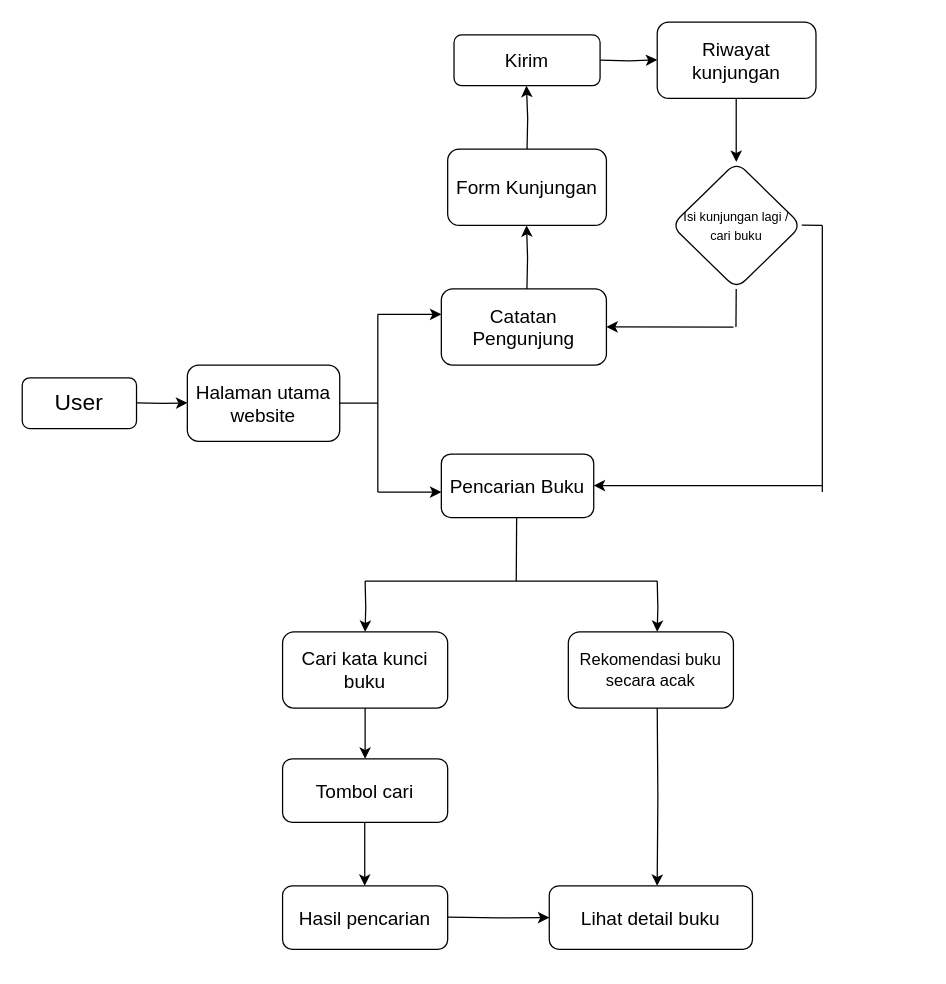
fridaasmara/AlurDiagram_PerpusDigital keeps this draw.io diagram as AlurDiagram.drawio. Above is the earlier version. Source tidied: cells renumbered, new cells numbered last; positions are measured from the earlier drawing's top-left corner, leaving out a move shared by most shapes. Both pictures are drawn from the tidied source at 127%, with x=0, y=0 at pixel (22, 22).
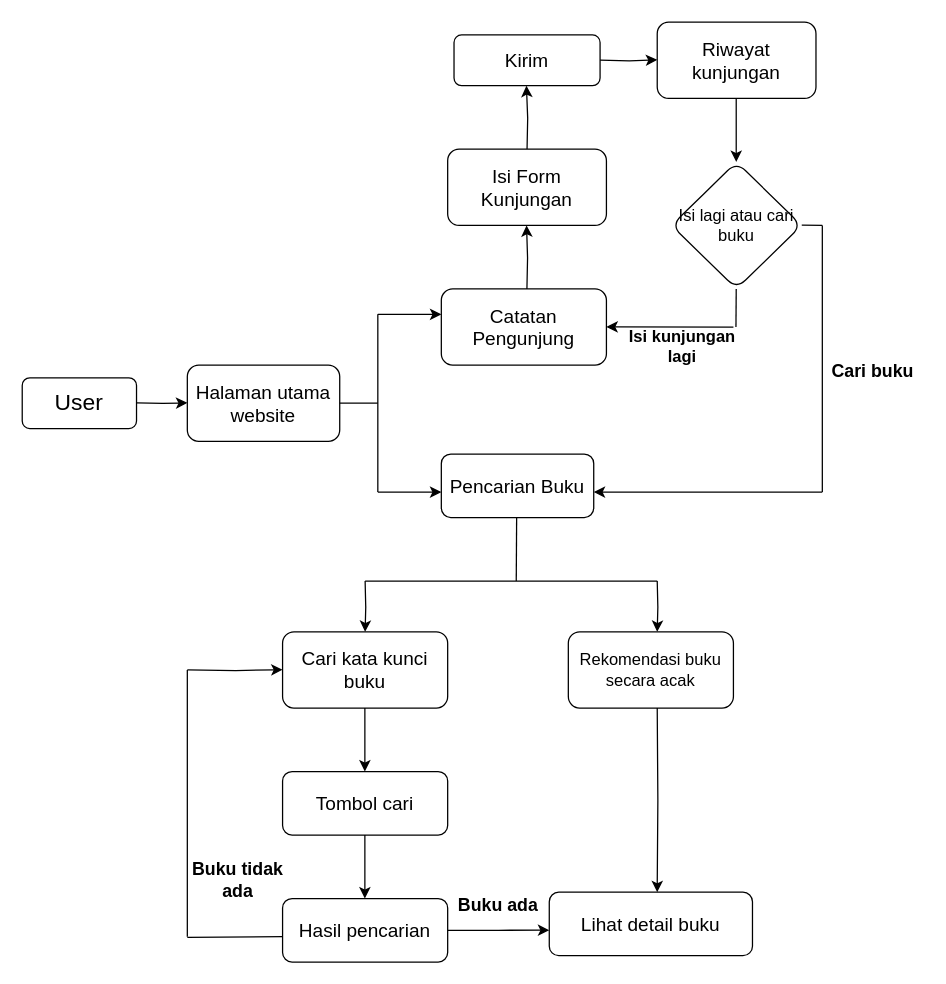
Above is the later version.

The change refers to these unchanged cells:
```xml
<mxCell id="25" value="&lt;span style=&quot;font-size: 15px;&quot;&gt;Cari kata kunci buku&lt;/span&gt;" style="rounded=1;whiteSpace=wrap;html=1;" parent="1" vertex="1">
  <mxGeometry x="205" y="480" width="130" height="60" as="geometry" />
</mxCell>
```

What changed in the source:
```diff
@@
-    <mxCell id="13" value="&lt;span style=&quot;font-size: 15px;&quot;&gt;Form Kunjungan&lt;/span&gt;" style="rounded=1;whiteSpace=wrap;html=1;" parent="1" vertex="1">
+    <mxCell id="13" value="&lt;span style=&quot;font-size: 15px;&quot;&gt;Isi Form Kunjungan&lt;/span&gt;" style="rounded=1;whiteSpace=wrap;html=1;" parent="1" vertex="1">
       <mxGeometry x="335" y="100" width="125" height="60" as="geometry" />
     </mxCell>
@@
-    <mxCell id="17" value="&lt;font style=&quot;font-size: 10px;&quot;&gt;Isi kunjungan lagi / cari buku&lt;/font&gt;" style="rhombus;whiteSpace=wrap;html=1;rounded=1;" parent="1" vertex="1">
+    <mxCell id="17" value="&lt;font style=&quot;font-size: 13px;&quot;&gt;Isi lagi atau cari buku&lt;/font&gt;" style="rhombus;whiteSpace=wrap;html=1;rounded=1;" parent="1" vertex="1">
       <mxGeometry x="511.2" y="110" width="102.5" height="100" as="geometry" />
     </mxCell>
@@
     <mxCell id="21" style="endArrow=classic;html=1;rounded=0;entryX=1;entryY=0.5;entryDx=0;entryDy=0;" parent="1" edge="1">
       <mxGeometry relative="1" as="geometry">
-        <mxPoint x="630" y="364.8" as="sourcePoint" />
-        <mxPoint x="450" y="364.8" as="targetPoint" />
+        <mxPoint x="630" y="370" as="sourcePoint" />
+        <mxPoint x="450" y="370" as="targetPoint" />
       </mxGeometry>
     </mxCell>
@@
-    <mxCell id="24" style="edgeStyle=orthogonalEdgeStyle;rounded=0;jettySize=auto;html=1;" parent="1" edge="1" source="25" target="27">
-      <mxGeometry relative="1" as="geometry" />
-    </mxCell>
@@
     <mxCell id="26" style="edgeStyle=orthogonalEdgeStyle;rounded=0;orthogonalLoop=1;jettySize=auto;html=1;" parent="1" edge="1">
       <mxGeometry relative="1" as="geometry">
-        <mxPoint x="269.7" y="630" as="sourcePoint" />
-        <mxPoint x="269.7" y="680" as="targetPoint" />
+        <mxPoint x="269.8" y="540" as="sourcePoint" />
+        <mxPoint x="269.8" y="590" as="targetPoint" />
+        <Array as="points">
+          <mxPoint x="270.1" y="570" />
+          <mxPoint x="270.1" y="570" />
+        </Array>
       </mxGeometry>
     </mxCell>
     <mxCell id="27" value="&lt;span style=&quot;font-size: 15px;&quot;&gt;Tombol cari&lt;/span&gt;" style="rounded=1;whiteSpace=wrap;html=1;" parent="1" vertex="1">
-      <mxGeometry x="205" y="580" width="130" height="50" as="geometry" />
+      <mxGeometry x="205" y="590" width="130" height="50" as="geometry" />
     </mxCell>
@@
-    <mxCell id="33" style="edgeStyle=orthogonalEdgeStyle;rounded=0;jettySize=auto;html=1;entryX=0;entryY=0.5;entryDx=0;entryDy=0;" parent="1" edge="1" target="35">
+    <mxCell id="33" style="edgeStyle=orthogonalEdgeStyle;rounded=0;jettySize=auto;html=1;exitX=1;exitY=0.5;exitDx=0;exitDy=0;" parent="1" edge="1" source="34">
       <mxGeometry relative="1" as="geometry">
-        <mxPoint x="335" y="704.7" as="sourcePoint" />
+        <mxPoint x="415" y="714.9" as="targetPoint" />
       </mxGeometry>
     </mxCell>
-    <mxCell id="34" value="&lt;span style=&quot;font-size: 15px;&quot;&gt;Hasil pencarian&lt;/span&gt;" style="rounded=1;whiteSpace=wrap;html=1;" parent="1" vertex="1">
-      <mxGeometry x="205" y="680" width="130" height="50" as="geometry" />
-    </mxCell>
     <mxCell id="35" value="&lt;span style=&quot;font-size: 15px;&quot;&gt;Lihat detail buku&lt;/span&gt;" style="rounded=1;whiteSpace=wrap;html=1;" parent="1" vertex="1">
-      <mxGeometry x="415" y="680" width="160" height="50" as="geometry" />
+      <mxGeometry x="415" y="685" width="160" height="50" as="geometry" />
     </mxCell>
@@
+    <mxCell id="37" style="edgeStyle=orthogonalEdgeStyle;rounded=0;orthogonalLoop=1;jettySize=auto;html=1;" parent="1" edge="1">
+      <mxGeometry relative="1" as="geometry">
+        <mxPoint x="269.8" y="640" as="sourcePoint" />
+        <mxPoint x="269.8" y="690" as="targetPoint" />
+        <Array as="points">
+          <mxPoint x="270.1" y="670" />
+          <mxPoint x="270.1" y="670" />
+        </Array>
+      </mxGeometry>
+    </mxCell>
+    <mxCell id="34" value="&lt;span style=&quot;font-size: 15px;&quot;&gt;Hasil pencarian&lt;/span&gt;" style="rounded=1;whiteSpace=wrap;html=1;" parent="1" vertex="1">
+      <mxGeometry x="205" y="690" width="130" height="50" as="geometry" />
+    </mxCell>
+    <mxCell id="38" style="endArrow=none;html=1;rounded=0;" parent="1" edge="1">
+      <mxGeometry relative="1" as="geometry">
+        <mxPoint x="130" y="720.5" as="sourcePoint" />
+        <mxPoint x="205" y="720" as="targetPoint" />
+      </mxGeometry>
+    </mxCell>
+    <mxCell id="39" style="endArrow=none;html=1;rounded=0;" parent="1" edge="1">
+      <mxGeometry relative="1" as="geometry">
+        <mxPoint x="130" y="720" as="sourcePoint" />
+        <mxPoint x="130" y="510" as="targetPoint" />
+      </mxGeometry>
+    </mxCell>
+    <mxCell id="40" style="edgeStyle=orthogonalEdgeStyle;rounded=0;orthogonalLoop=1;jettySize=auto;html=1;" parent="1" edge="1">
+      <mxGeometry relative="1" as="geometry">
+        <mxPoint x="130" y="510" as="sourcePoint" />
+        <mxPoint x="205" y="509.8" as="targetPoint" />
+      </mxGeometry>
+    </mxCell>
+    <mxCell id="41" value="&lt;font style=&quot;font-size: 14px;&quot;&gt;&lt;b&gt;Cari buku&lt;/b&gt;&lt;/font&gt;" style="text;html=1;strokeColor=none;fillColor=none;align=center;verticalAlign=middle;whiteSpace=wrap;rounded=0;" parent="1" vertex="1">
+      <mxGeometry x="630" y="260" width="80" height="30" as="geometry" />
+    </mxCell>
+    <mxCell id="42" value="&lt;b style=&quot;&quot;&gt;&lt;font style=&quot;font-size: 13px;&quot;&gt;Isi kunjungan lagi&lt;/font&gt;&lt;/b&gt;" style="text;html=1;strokeColor=none;fillColor=none;align=center;verticalAlign=middle;whiteSpace=wrap;rounded=0;" parent="1" vertex="1">
+      <mxGeometry x="465" y="240" width="110" height="30" as="geometry" />
+    </mxCell>
+    <mxCell id="43" value="&lt;span style=&quot;font-size: 14px;&quot;&gt;&lt;b&gt;Buku tidak ada&lt;/b&gt;&lt;/span&gt;" style="text;html=1;strokeColor=none;fillColor=none;align=center;verticalAlign=middle;whiteSpace=wrap;rounded=0;" parent="1" vertex="1">
+      <mxGeometry x="130" y="660" width="80" height="30" as="geometry" />
+    </mxCell>
+    <mxCell id="44" value="&lt;span style=&quot;font-size: 14px;&quot;&gt;&lt;b&gt;Buku ada&lt;/b&gt;&lt;/span&gt;" style="text;html=1;strokeColor=none;fillColor=none;align=center;verticalAlign=middle;whiteSpace=wrap;rounded=0;" parent="1" vertex="1">
+      <mxGeometry x="335" y="680" width="80" height="30" as="geometry" />
+    </mxCell>
```
